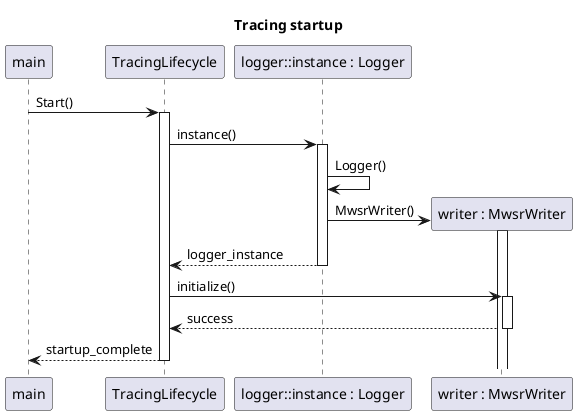
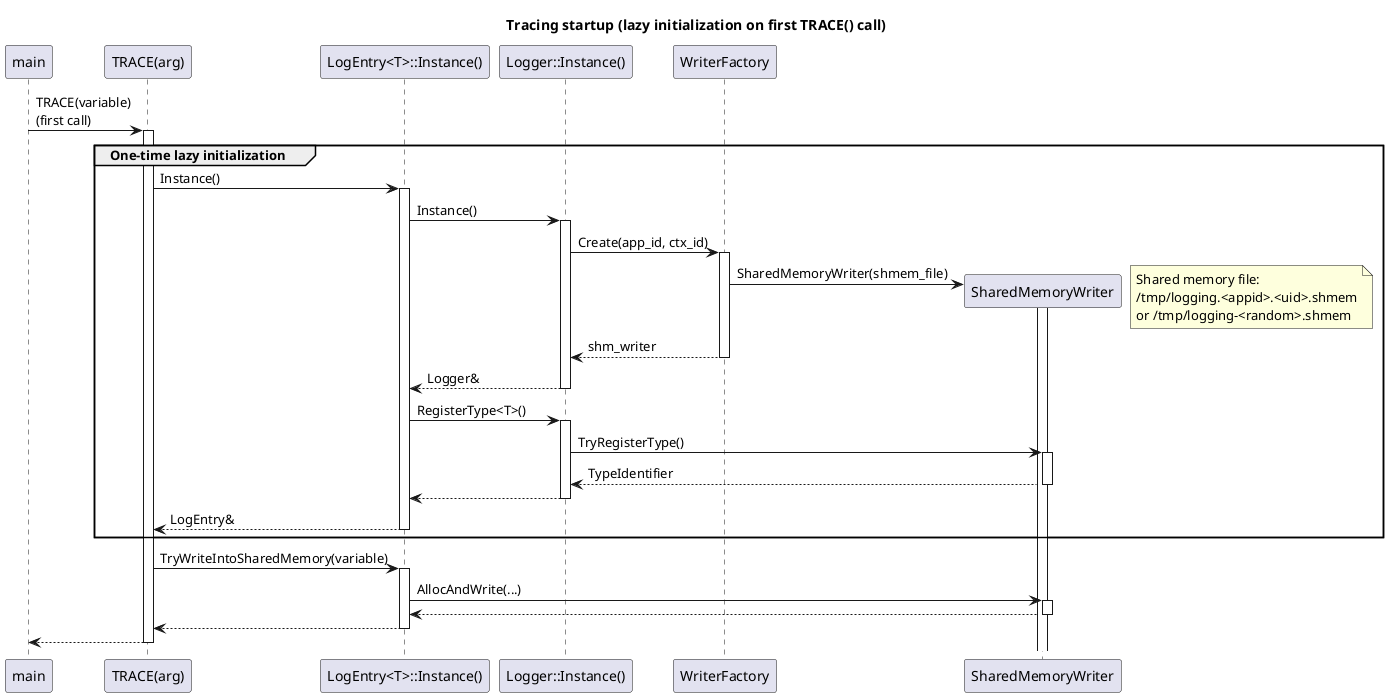
@startuml

- title Tracing startup
+ title Tracing startup (lazy initialization on first TRACE() call)

participant main as main
- participant TracingLifecycle
- participant "logger::instance : Logger" as logger
- participant "writer : MwsrWriter" as writer
+ participant "TRACE(arg)" as TRACE_FN
+ participant "LogEntry<T>::Instance()" as log_entry
+ participant "Logger::Instance()" as logger
+ participant "WriterFactory" as writer_factory
+ participant "SharedMemoryWriter" as shm_writer

- main -> TracingLifecycle ++: Start()
+ main -> TRACE_FN ++: TRACE(variable)\n(first call)

- TracingLifecycle -> logger ++: instance()
- logger -> logger: Logger()
- logger -> writer **: MwsrWriter()
- activate writer
- logger --> TracingLifecycle --: logger_instance
+ group One-time lazy initialization
+ TRACE_FN -> log_entry ++: Instance()
+ log_entry -> logger ++: Instance()
+ logger -> writer_factory ++: Create(app_id, ctx_id)
+ writer_factory -> shm_writer **: SharedMemoryWriter(shmem_file)
+ activate shm_writer
+ note right
+ Shared memory file:
+ /tmp/logging.<appid>.<uid>.shmem
+ or /tmp/logging-<random>.shmem
+ end note
+ writer_factory --> logger -- : shm_writer
+ logger --> log_entry --: Logger&
+ log_entry -> logger ++: RegisterType<T>()
+ logger -> shm_writer ++: TryRegisterType()
+ logger <-- shm_writer --: TypeIdentifier
+ log_entry <-- logger --
+ log_entry --> TRACE_FN --: LogEntry&
+ end

- TracingLifecycle -> writer ++: initialize()
- TracingLifecycle <-- writer --: success
+ TRACE_FN -> log_entry ++: TryWriteIntoSharedMemory(variable)
+ log_entry -> shm_writer ++: AllocAndWrite(...)
+ log_entry <-- shm_writer --
+ TRACE_FN <-- log_entry --

- main <-- TracingLifecycle --: startup_complete
+ main <-- TRACE_FN --

@enduml
